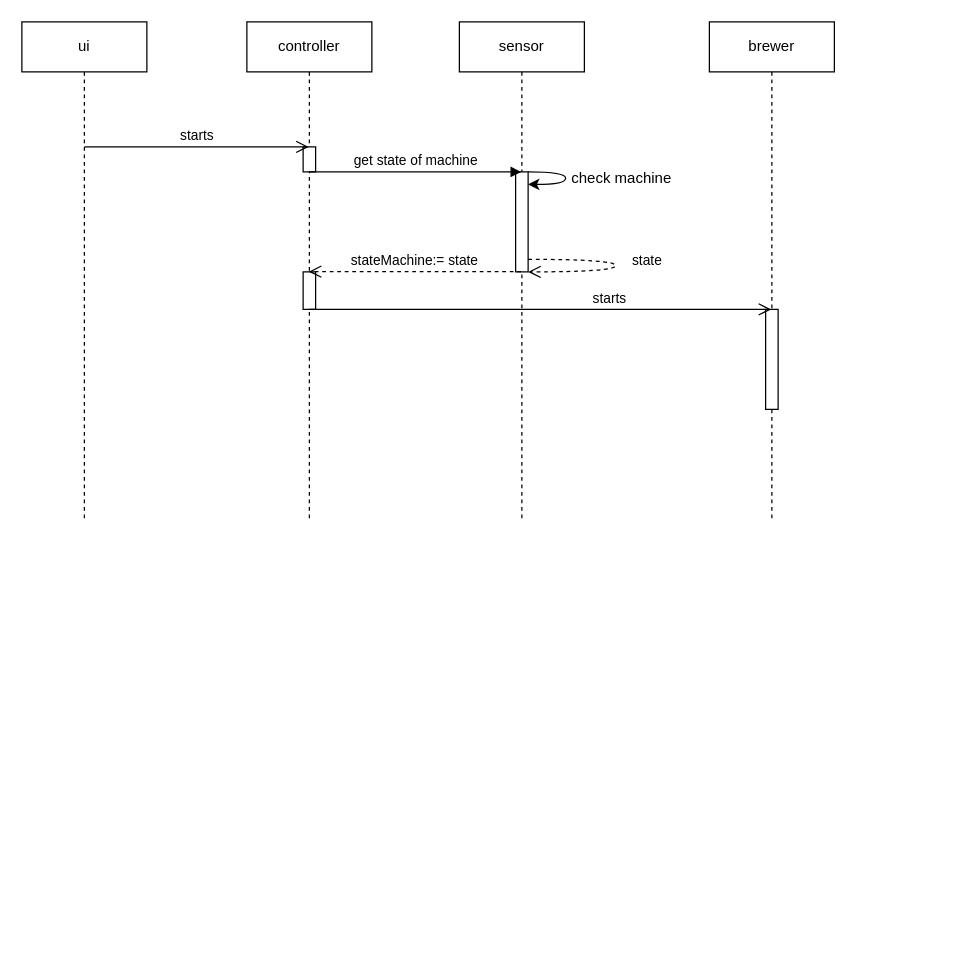
This is Kaffeemaschine.drawio from juliaemilie/pse_diagrams, a draw.io file, before an edit. Source tidied: cells renumbered, new cells numbered last; positions are measured from the earlier drawing's top-left corner, leaving out a move shared by most shapes. Both pictures are drawn from the tidied source at 125%, with x=0, y=0 at pixel (21, 21).
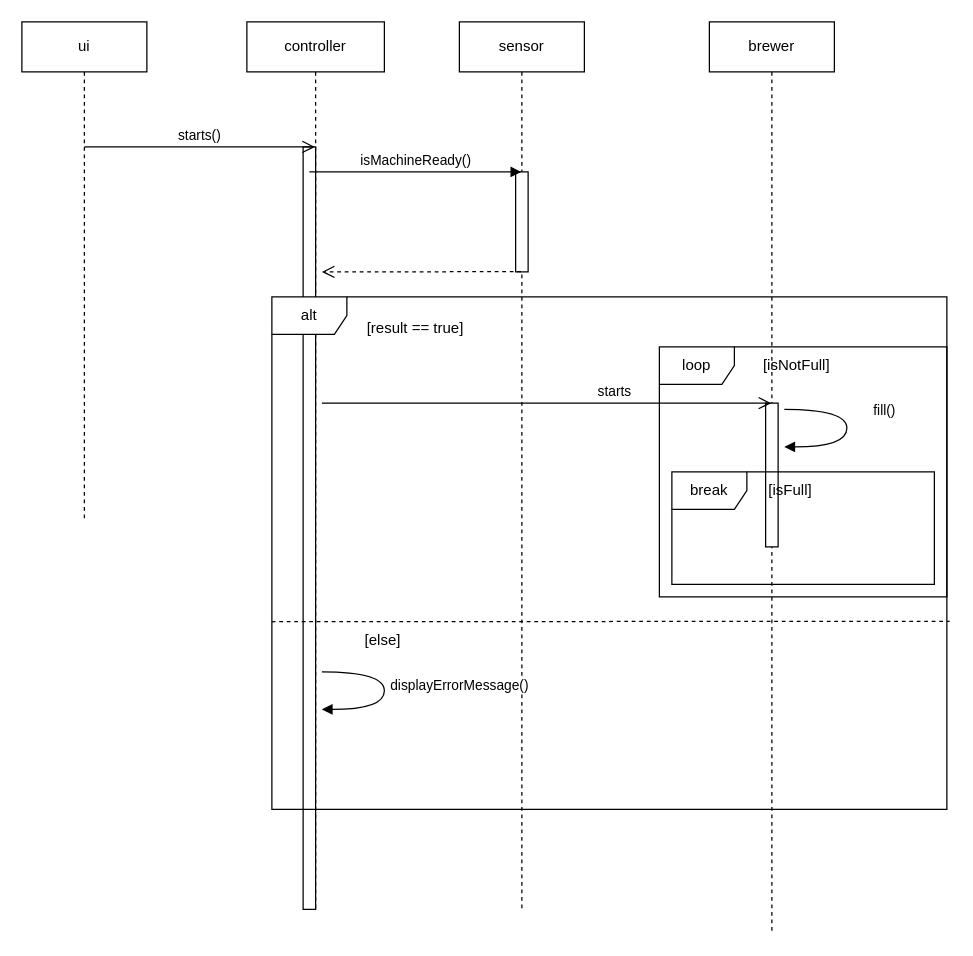
Above is the later version.

Unchanged cells that the change refers to:
```xml
<mxCell id="7" style="html=1;points=[];perimeter=orthogonalPerimeter;" parent="6" vertex="1">
  <mxGeometry x="45" y="120" width="10" height="80" as="geometry" />
</mxCell>
```

Diff of the diagram source:
```diff
@@
     <mxCell id="3" value="controller" style="shape=umlLifeline;perimeter=lifelinePerimeter;whiteSpace=wrap;html=1;outlineConnect=0;" parent="1" vertex="1">
-      <mxGeometry x="180" width="100" height="400" as="geometry" />
+      <mxGeometry x="180" width="110" height="710" as="geometry" />
     </mxCell>
     <mxCell id="4" style="html=1;perimeter=orthogonalPerimeter;" parent="3" vertex="1">
-      <mxGeometry x="45" y="100" width="10" height="20" as="geometry" />
+      <mxGeometry x="45" y="100" width="10" height="610" as="geometry" />
     </mxCell>
-    <mxCell id="5" style="html=1;perimeter=orthogonalPerimeter;" parent="3" vertex="1">
-      <mxGeometry x="45" y="200" width="10" height="30" as="geometry" />
-    </mxCell>
     <mxCell id="6" value="sensor" style="shape=umlLifeline;perimeter=lifelinePerimeter;whiteSpace=wrap;html=1;outlineConnect=0;" parent="1" vertex="1">
-      <mxGeometry x="350" width="100" height="400" as="geometry" />
+      <mxGeometry x="350" width="100" height="710" as="geometry" />
     </mxCell>
@@
-    <mxCell id="8" style="endArrow=classic;html=1;rounded=0;edgeStyle=orthogonalEdgeStyle;curved=1;" parent="6" edge="1">
-      <mxGeometry relative="1" as="geometry">
-        <mxPoint x="55" y="120" as="sourcePoint" />
-        <mxPoint x="55" y="130" as="targetPoint" />
-        <Array as="points">
-          <mxPoint x="85" y="120" />
-          <mxPoint x="85" y="130" />
-        </Array>
-      </mxGeometry>
-    </mxCell>
-    <mxCell id="9" value="state" style="html=1;verticalAlign=bottom;endArrow=open;dashed=1;endSize=8;rounded=0;curved=1;edgeStyle=orthogonalEdgeStyle;" parent="6" edge="1">
-      <mxGeometry x="0.07" y="25" relative="1" as="geometry">
-        <mxPoint x="55" y="190" as="sourcePoint" />
-        <mxPoint x="55" y="200" as="targetPoint" />
-        <Array as="points">
-          <mxPoint x="125" y="200" />
-        </Array>
-        <mxPoint x="25" y="-25" as="offset" />
-      </mxGeometry>
-    </mxCell>
     <mxCell id="10" value="brewer" style="shape=umlLifeline;perimeter=lifelinePerimeter;whiteSpace=wrap;html=1;outlineConnect=0;" parent="1" vertex="1">
-      <mxGeometry x="550" width="100" height="400" as="geometry" />
+      <mxGeometry x="550" width="100" height="730" as="geometry" />
     </mxCell>
     <mxCell id="11" style="html=1;perimeter=orthogonalPerimeter;" parent="10" vertex="1">
-      <mxGeometry x="45" y="230" width="10" height="80" as="geometry" />
+      <mxGeometry x="45" y="305" width="10" height="115" as="geometry" />
     </mxCell>
-    <mxCell id="12" value="starts" style="html=1;verticalAlign=bottom;startArrow=none;startFill=0;endArrow=open;startSize=6;endSize=8;rounded=0;endFill=0;" parent="1" edge="1" target="3">
+    <mxCell id="12" value="starts()" style="html=1;verticalAlign=bottom;startArrow=none;startFill=0;endArrow=open;startSize=6;endSize=8;rounded=0;endFill=0;" parent="1" edge="1" target="3">
       <mxGeometry relative="1" as="geometry">
         <mxPoint x="50" y="100" as="sourcePoint" />
       </mxGeometry>
     </mxCell>
-    <mxCell id="13" value="get state of machine" style="html=1;verticalAlign=bottom;endArrow=block;rounded=0;" parent="1" edge="1" target="6">
+    <mxCell id="13" value="isMachineReady()" style="html=1;verticalAlign=bottom;endArrow=block;rounded=0;" parent="1" edge="1" target="6">
       <mxGeometry relative="1" as="geometry">
         <mxPoint x="230" y="120" as="sourcePoint" />
       </mxGeometry>
     </mxCell>
-    <mxCell id="14" value="stateMachine:= state" style="html=1;verticalAlign=bottom;endArrow=open;dashed=1;endSize=8;rounded=0;exitX=0.429;exitY=0.998;exitDx=0;exitDy=0;exitPerimeter=0;" parent="1" edge="1" source="7" target="3">
-      <mxGeometry relative="1" as="geometry" />
+    <mxCell id="14" style="html=1;verticalAlign=bottom;endArrow=open;dashed=1;endSize=8;rounded=0;exitX=0.429;exitY=0.998;exitDx=0;exitDy=0;exitPerimeter=0;" parent="1" edge="1" source="7">
+      <mxGeometry x="0.4" y="-40" relative="1" as="geometry">
+        <mxPoint x="240" y="200" as="targetPoint" />
+      </mxGeometry>
     </mxCell>
-    <mxCell id="15" value="check machine" style="text;html=1;strokeColor=none;fillColor=none;align=center;verticalAlign=middle;whiteSpace=wrap;rounded=0;" parent="1" vertex="1">
-      <mxGeometry x="420" y="110" width="120" height="30" as="geometry" />
-    </mxCell>
+    <mxCell id="17" value="[result == true]" style="text;html=1;strokeColor=none;fillColor=none;align=center;verticalAlign=middle;whiteSpace=wrap;rounded=0;" parent="1" vertex="1">
+      <mxGeometry x="270" y="230" width="90" height="30" as="geometry" />
+    </mxCell>
+    <mxCell id="18" value="[else]" style="text;html=1;strokeColor=none;fillColor=none;align=center;verticalAlign=middle;whiteSpace=wrap;rounded=0;" parent="1" vertex="1">
+      <mxGeometry x="244" y="480" width="90" height="30" as="geometry" />
+    </mxCell>
-    <mxCell id="16" value="starts" style="html=1;verticalAlign=bottom;startArrow=none;startFill=0;endArrow=open;startSize=6;endSize=8;rounded=0;endFill=0;" parent="1" edge="1" target="10">
+    <mxCell id="16" value="starts" style="html=1;verticalAlign=bottom;startArrow=none;startFill=0;endArrow=open;startSize=6;endSize=8;rounded=0;endFill=0;" parent="1" edge="1">
       <mxGeometry x="0.3" relative="1" as="geometry">
-        <mxPoint x="230" y="230" as="sourcePoint" />
+        <mxPoint x="240" y="305" as="sourcePoint" />
+        <mxPoint x="599.5" y="305" as="targetPoint" />
+        <Array as="points">
+          <mxPoint x="580" y="305" />
+        </Array>
       </mxGeometry>
     </mxCell>
+    <mxCell id="19" value="[isNotFull]" style="text;html=1;strokeColor=none;fillColor=none;align=center;verticalAlign=middle;whiteSpace=wrap;rounded=0;" parent="1" vertex="1">
+      <mxGeometry x="575" y="260" width="90" height="30" as="geometry" />
+    </mxCell>
+    <mxCell id="20" value="break" style="shape=umlFrame;whiteSpace=wrap;html=1;" parent="1" vertex="1">
+      <mxGeometry x="520" y="360" width="210" height="90" as="geometry" />
+    </mxCell>
+    <mxCell id="21" value="[isFull]" style="text;html=1;strokeColor=none;fillColor=none;align=center;verticalAlign=middle;whiteSpace=wrap;rounded=0;" parent="1" vertex="1">
+      <mxGeometry x="570" y="360" width="90" height="30" as="geometry" />
+    </mxCell>
+    <mxCell id="22" value="loop" style="shape=umlFrame;whiteSpace=wrap;html=1;" parent="1" vertex="1">
+      <mxGeometry x="510" y="260" width="230" height="200" as="geometry" />
+    </mxCell>
+    <mxCell id="23" value="fill()" style="html=1;verticalAlign=bottom;endArrow=block;rounded=0;edgeStyle=orthogonalEdgeStyle;curved=1;" parent="1" edge="1">
+      <mxGeometry x="-0.08" y="30" relative="1" as="geometry">
+        <mxPoint x="610" y="310" as="sourcePoint" />
+        <mxPoint x="610" y="340" as="targetPoint" />
+        <Array as="points">
+          <mxPoint x="660" y="310" />
+          <mxPoint x="660" y="340" />
+          <mxPoint x="610" y="340" />
+        </Array>
+      </mxGeometry>
+    </mxCell>
+    <mxCell id="24" style="endArrow=none;dashed=1;html=1;rounded=0;curved=1;exitX=0;exitY=0.634;exitDx=0;exitDy=0;exitPerimeter=0;entryX=1.004;entryY=0.633;entryDx=0;entryDy=0;entryPerimeter=0;" parent="1" edge="1">
+      <mxGeometry relative="1" as="geometry">
+        <mxPoint x="200" y="479.9" as="sourcePoint" />
+        <mxPoint x="742.2" y="479.5" as="targetPoint" />
+      </mxGeometry>
+    </mxCell>
+    <mxCell id="25" value="alt" style="shape=umlFrame;whiteSpace=wrap;html=1;" parent="1" vertex="1">
+      <mxGeometry x="200" y="220" width="540" height="410" as="geometry" />
+    </mxCell>
+    <mxCell id="26" value="displayErrorMessage()" style="html=1;verticalAlign=bottom;endArrow=block;rounded=0;curved=1;edgeStyle=orthogonalEdgeStyle;" parent="1" edge="1">
+      <mxGeometry x="0.08" y="60" relative="1" as="geometry">
+        <mxPoint x="240" y="520" as="sourcePoint" />
+        <mxPoint x="240" y="550" as="targetPoint" />
+        <Array as="points">
+          <mxPoint x="240" y="520" />
+          <mxPoint x="290" y="520" />
+          <mxPoint x="290" y="550" />
+        </Array>
+      </mxGeometry>
+    </mxCell>
```
